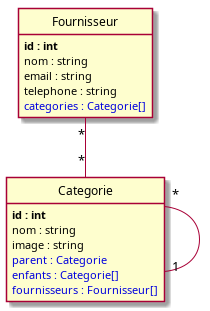
Before: puml/index.png, a diagram exported from PlantUML (GayaPogh/VillageGreen). Its source is kept beside it as puml/index.puml.
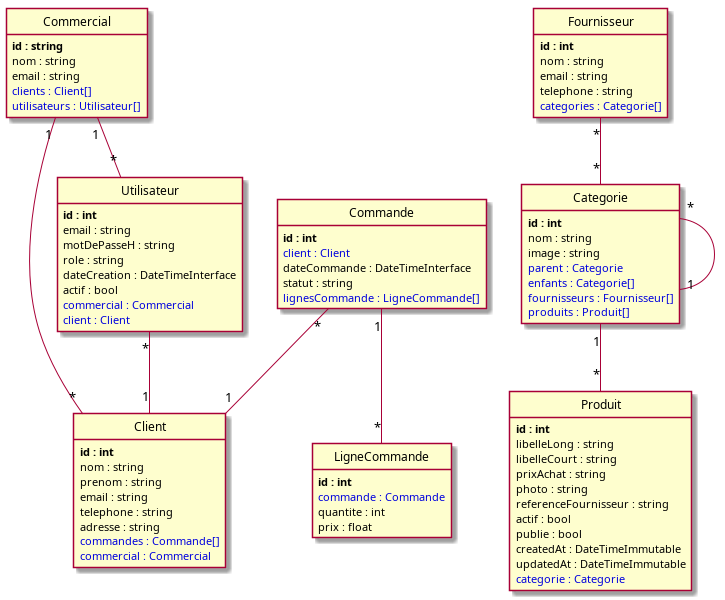
After the change.

Change to the diagram source:
```diff
@@ -1,10 +1,37 @@
 @startuml
+class Commande {
+	**id : int**
+	<color:#0000dd>client : Client</color>
+	dateCommande : DateTimeInterface
+	statut : string
+	<color:#0000dd>lignesCommande : LigneCommande[]</color>
+}
+
 class Fournisseur {
 	**id : int**
 	nom : string
 	email : string
 	telephone : string
 	<color:#0000dd>categories : Categorie[]</color>
+}
+
+class Commercial {
+	**id : string**
+	nom : string
+	email : string
+	<color:#0000dd>clients : Client[]</color>
+	<color:#0000dd>utilisateurs : Utilisateur[]</color>
+}
+
+class Client {
+	**id : int**
+	nom : string
+	prenom : string
+	email : string
+	telephone : string
+	adresse : string
+	<color:#0000dd>commandes : Commande[]</color>
+	<color:#0000dd>commercial : Commercial</color>
 }
 
 class Categorie {
@@ -14,10 +41,49 @@
 	<color:#0000dd>parent : Categorie</color>
 	<color:#0000dd>enfants : Categorie[]</color>
 	<color:#0000dd>fournisseurs : Fournisseur[]</color>
+	<color:#0000dd>produits : Produit[]</color>
 }
 
+class Utilisateur {
+	**id : int**
+	email : string
+	motDePasseH : string
+	role : string
+	dateCreation : DateTimeInterface
+	actif : bool
+	<color:#0000dd>commercial : Commercial</color>
+	<color:#0000dd>client : Client</color>
+}
+
+class LigneCommande {
+	**id : int**
+	<color:#0000dd>commande : Commande</color>
+	quantite : int
+	prix : float
+}
+
+class Produit {
+	**id : int**
+	libelleLong : string
+	libelleCourt : string
+	prixAchat : string
+	photo : string
+	referenceFournisseur : string
+	actif : bool
+	publie : bool
+	createdAt : DateTimeImmutable
+	updatedAt : DateTimeImmutable
+	<color:#0000dd>categorie : Categorie</color>
+}
+
+Commande "*"--"1" Client
+Commande "1"--"*" LigneCommande
 Fournisseur "*"--"*" Categorie
+Commercial "1"--"*" Client
+Commercial "1"--"*" Utilisateur
 Categorie "*"--"1" Categorie
+Categorie "1"--"*" Produit
+Utilisateur "*"--"1" Client
 
 
 hide methods
```
